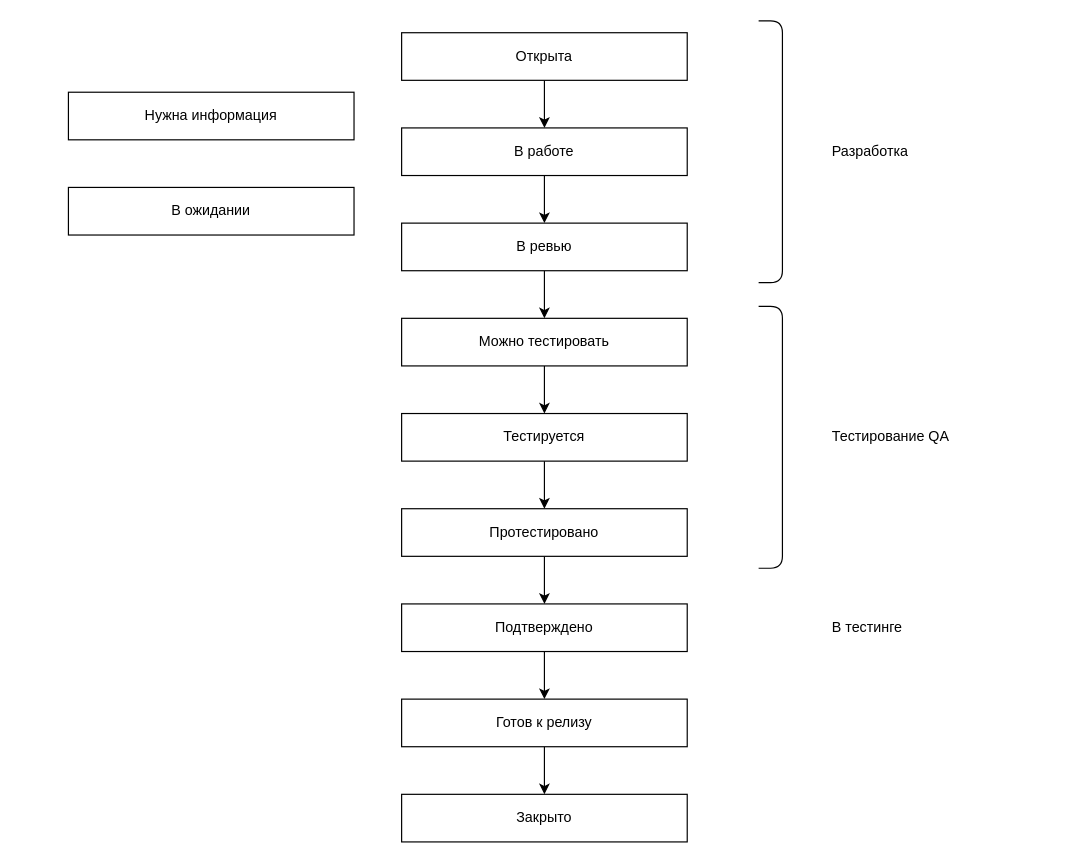
Above: Untitled Diagram.drawio in ixax/gsm-diagrams (draw.io), before the change. Source tidied: cells renumbered, new cells numbered last; positions are measured from the earlier drawing's top-left corner, leaving out a move shared by most shapes. Both pictures are drawn from the tidied source at 119%, with x=0, y=0 at pixel (68, 20).
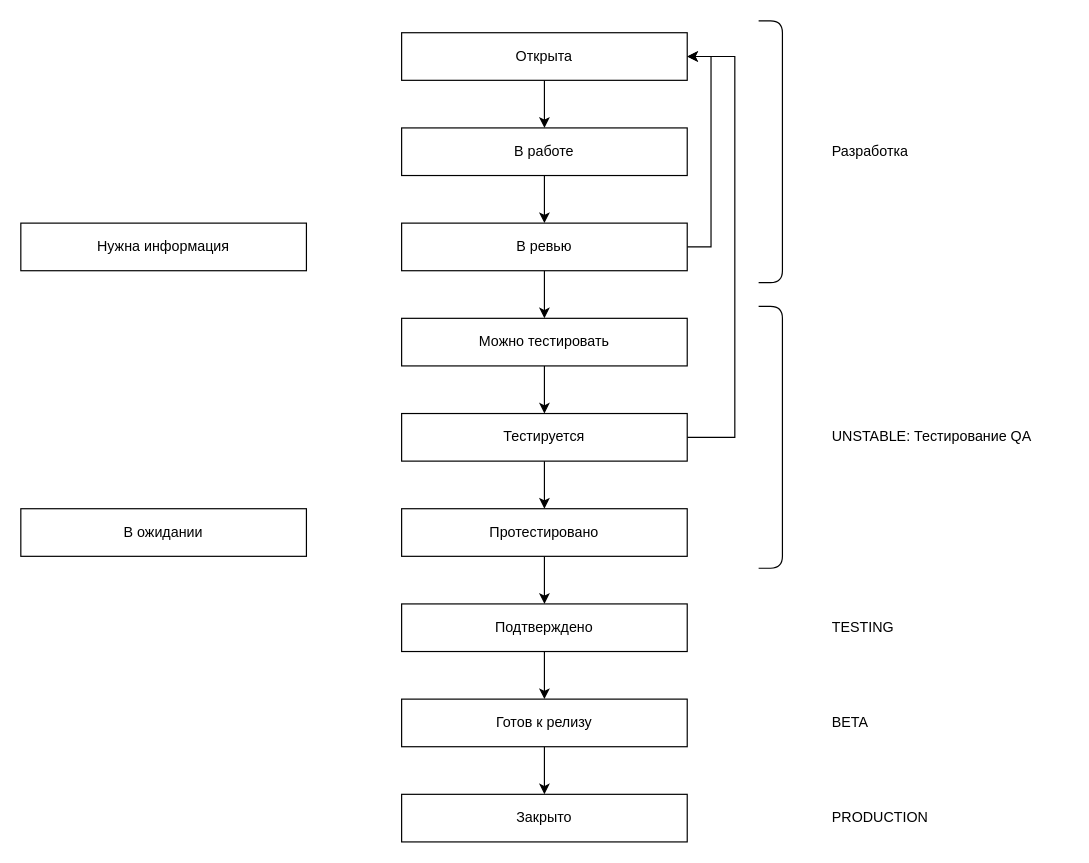
The same diagram, later.

The change refers to these unchanged cells:
```xml
<mxCell id="3" value="Открыта&lt;br&gt;" style="rounded=0;whiteSpace=wrap;html=1;" parent="1" vertex="1">
  <mxGeometry x="280" y="10" width="240" height="40" as="geometry" />
</mxCell>
<mxCell id="7" value="В ревью&lt;br&gt;" style="rounded=0;whiteSpace=wrap;html=1;" parent="1" vertex="1">
  <mxGeometry x="280" y="170" width="240" height="40" as="geometry" />
</mxCell>
<mxCell id="11" value="Тестируется&lt;br&gt;" style="rounded=0;whiteSpace=wrap;html=1;" parent="1" vertex="1">
  <mxGeometry x="280" y="330" width="240" height="40" as="geometry" />
</mxCell>
```

Diff of the diagram source:
```diff
@@
+    <mxCell id="26" style="edgeStyle=orthogonalEdgeStyle;rounded=0;jettySize=auto;html=1;entryX=1;entryY=0.5;entryDx=0;entryDy=0;" parent="1" edge="1" source="7" target="3">
+      <mxGeometry relative="1" as="geometry">
+        <Array as="points">
+          <mxPoint x="540" y="190" />
+          <mxPoint x="540" y="30" />
+        </Array>
+      </mxGeometry>
+    </mxCell>
@@
+    <mxCell id="27" style="edgeStyle=orthogonalEdgeStyle;rounded=0;jettySize=auto;html=1;" parent="1" edge="1" source="11">
+      <mxGeometry relative="1" as="geometry">
+        <mxPoint x="520" y="30" as="targetPoint" />
+        <Array as="points">
+          <mxPoint x="560" y="350" />
+          <mxPoint x="560" y="30" />
+        </Array>
+      </mxGeometry>
+    </mxCell>
@@
     <mxCell id="19" value="Нужна информация&lt;br&gt;" style="rounded=0;whiteSpace=wrap;html=1;" parent="1" vertex="1">
-      <mxGeometry y="60" width="240" height="40" as="geometry" />
+      <mxGeometry x="-40" y="170" width="240" height="40" as="geometry" />
     </mxCell>
     <mxCell id="20" value="В ожидании&lt;br&gt;" style="rounded=0;whiteSpace=wrap;html=1;" parent="1" vertex="1">
-      <mxGeometry y="140" width="240" height="40" as="geometry" />
+      <mxGeometry x="-40" y="410" width="240" height="40" as="geometry" />
     </mxCell>
@@
-    <mxCell id="24" value="Тестирование QA" style="text;html=1;strokeColor=none;fillColor=none;align=left;verticalAlign=middle;whiteSpace=wrap;rounded=0;" parent="1" vertex="1">
+    <mxCell id="24" value="UNSTABLE: Тестирование QA" style="text;html=1;strokeColor=none;fillColor=none;align=left;verticalAlign=middle;whiteSpace=wrap;rounded=0;" parent="1" vertex="1">
       <mxGeometry x="640" y="340" width="200" height="20" as="geometry" />
     </mxCell>
-    <mxCell id="25" value="В тестинге" style="text;html=1;strokeColor=none;fillColor=none;align=left;verticalAlign=middle;whiteSpace=wrap;rounded=0;" parent="1" vertex="1">
+    <mxCell id="25" value="TESTING&lt;br&gt;" style="text;html=1;strokeColor=none;fillColor=none;align=left;verticalAlign=middle;whiteSpace=wrap;rounded=0;" parent="1" vertex="1">
       <mxGeometry x="640" y="500" width="200" height="20" as="geometry" />
     </mxCell>
+    <mxCell id="28" value="BETA" style="text;html=1;align=left;verticalAlign=top;spacingTop=-4;" parent="1" vertex="1">
+      <mxGeometry x="640" y="580" width="50" height="20" as="geometry" />
+    </mxCell>
+    <mxCell id="29" value="PRODUCTION" style="text;html=1;align=left;verticalAlign=top;spacingTop=-4;" parent="1" vertex="1">
+      <mxGeometry x="640" y="660" width="100" height="20" as="geometry" />
+    </mxCell>
```
